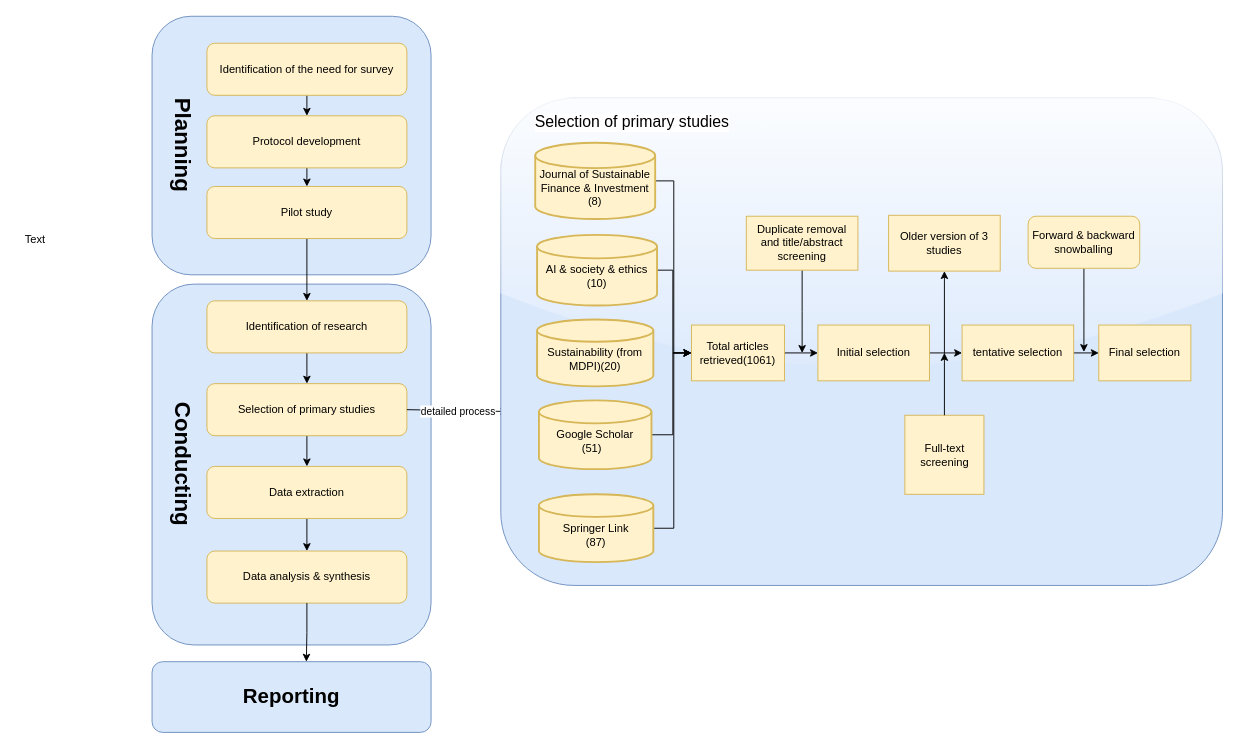
Before: Untitled Diagram.drawio in Micright/Lucas-Li, a draw.io diagram. Source tidied: cells renumbered, new cells numbered last; positions are measured from the earlier drawing's top-left corner, leaving out a move shared by most shapes. Both pictures are drawn from the tidied source at 93%, with x=0, y=0 at pixel (16, 16).
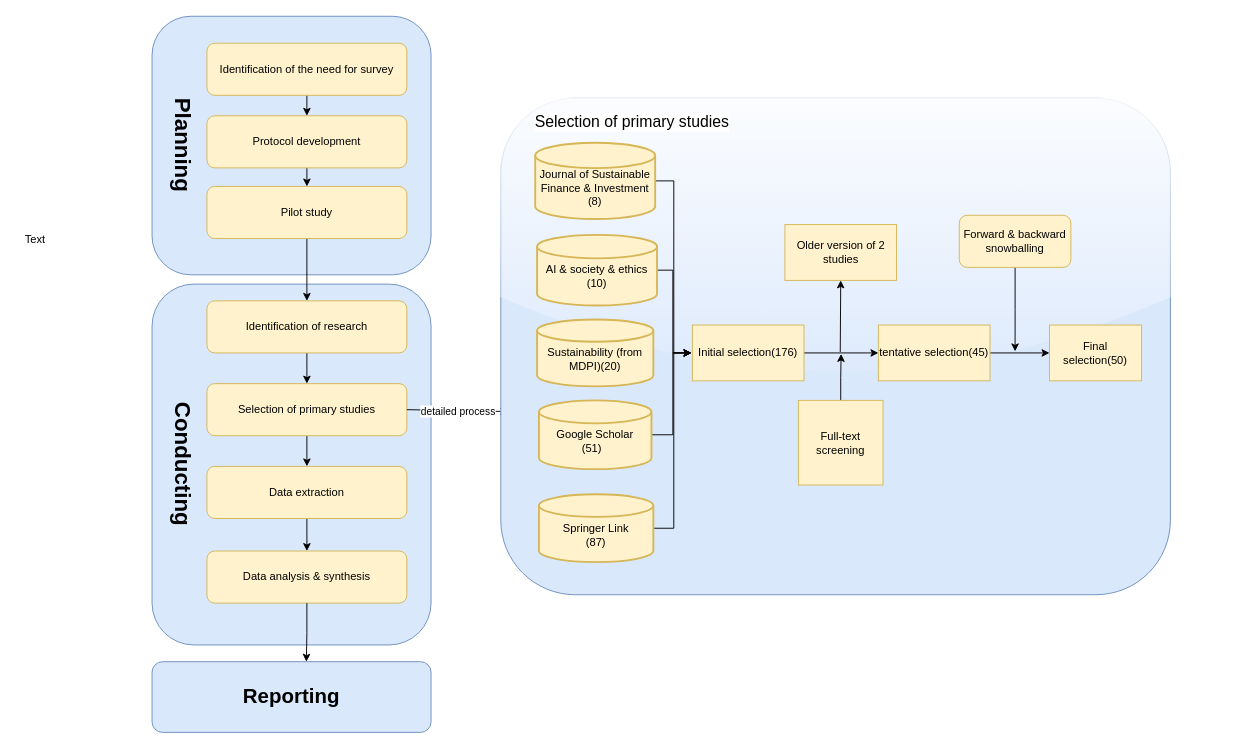
The same diagram, later.

Unchanged cells that the change refers to:
```xml
<mxCell id="23" value="&lt;div&gt;&lt;br&gt;&lt;/div&gt;Google Scholar&lt;br&gt;(51)&amp;nbsp;&amp;nbsp;" style="strokeWidth=2;html=1;shape=mxgraph.flowchart.database;whiteSpace=wrap;fillColor=#fff2cc;strokeColor=#d6b656;" parent="1" vertex="1">
  <mxGeometry x="562" y="413" width="121" height="74" as="geometry" />
</mxCell>
<mxCell id="25" value="&lt;div&gt;&lt;br&gt;&lt;/div&gt;Springer Link&lt;br&gt;(87)" style="strokeWidth=2;html=1;shape=mxgraph.flowchart.database;whiteSpace=wrap;fillColor=#fff2cc;strokeColor=#d6b656;" parent="1" vertex="1">
  <mxGeometry x="562" y="514" width="123" height="73" as="geometry" />
</mxCell>
<mxCell id="27" value="&lt;div&gt;&lt;br&gt;&lt;/div&gt;Journal of Sustainable Finance &amp;amp; Investment&lt;div&gt;(8)&lt;/div&gt;" style="strokeWidth=2;html=1;shape=mxgraph.flowchart.database;whiteSpace=wrap;fillColor=#fff2cc;strokeColor=#d6b656;" parent="1" vertex="1">
  <mxGeometry x="558" y="136" width="129" height="82" as="geometry" />
</mxCell>
<mxCell id="30" value="&lt;div&gt;&lt;br&gt;&lt;/div&gt;AI &amp;amp; society &amp;amp; ethics (10)" style="strokeWidth=2;html=1;shape=mxgraph.flowchart.database;whiteSpace=wrap;fillColor=#fff2cc;strokeColor=#d6b656;" parent="1" vertex="1">
  <mxGeometry x="560" y="235" width="129" height="76" as="geometry" />
</mxCell>
```

The edit, as a diff of the source:
```diff
@@
     <mxCell id="21" value="&lt;span&gt;&lt;font style=&quot;font-size: 17px;&quot;&gt;Selection of primary studies&lt;/font&gt;&lt;/span&gt;" style="rounded=1;whiteSpace=wrap;html=1;align=left;glass=1;verticalAlign=top;spacingLeft=35;spacingTop=10;labelBackgroundColor=default;fillColor=#dae8fc;strokeColor=#6c8ebf;" parent="1" vertex="1">
-      <mxGeometry x="521" y="88" width="776" height="524" as="geometry" />
+      <mxGeometry x="521" y="88" width="720" height="534" as="geometry" />
     </mxCell>
-    <mxCell id="22" style="edgeStyle=orthogonalEdgeStyle;rounded=0;jettySize=auto;html=1;exitX=1;exitY=0.5;exitDx=0;exitDy=0;exitPerimeter=0;entryX=0;entryY=0.5;entryDx=0;entryDy=0;" parent="1" edge="1" source="23" target="34">
+    <mxCell id="22" style="edgeStyle=orthogonalEdgeStyle;rounded=0;jettySize=auto;html=1;exitX=1;exitY=0.5;exitDx=0;exitDy=0;exitPerimeter=0;entryX=0;entryY=0.5;entryDx=0;entryDy=0;" parent="1" edge="1" source="23">
       <mxGeometry relative="1" as="geometry">
+        <mxPoint x="726" y="362" as="targetPoint" />
         <Array as="points">
           <mxPoint x="706" y="450" />
           <mxPoint x="706" y="362" />
         </Array>
       </mxGeometry>
     </mxCell>
@@
-    <mxCell id="24" style="edgeStyle=orthogonalEdgeStyle;rounded=0;jettySize=auto;html=1;exitX=1;exitY=0.5;exitDx=0;exitDy=0;exitPerimeter=0;entryX=0;entryY=0.5;entryDx=0;entryDy=0;" parent="1" edge="1" source="25" target="34">
+    <mxCell id="24" style="edgeStyle=orthogonalEdgeStyle;rounded=0;jettySize=auto;html=1;exitX=1;exitY=0.5;exitDx=0;exitDy=0;exitPerimeter=0;entryX=0;entryY=0.5;entryDx=0;entryDy=0;" parent="1" edge="1" source="25">
       <mxGeometry relative="1" as="geometry">
+        <mxPoint x="726" y="362" as="targetPoint" />
         <Array as="points">
           <mxPoint x="707" y="551" />
           <mxPoint x="707" y="362" />
         </Array>
       </mxGeometry>
     </mxCell>
@@
-    <mxCell id="26" style="edgeStyle=orthogonalEdgeStyle;rounded=0;jettySize=auto;html=1;exitX=1;exitY=0.5;exitDx=0;exitDy=0;exitPerimeter=0;entryX=0;entryY=0.5;entryDx=0;entryDy=0;" parent="1" edge="1" source="27" target="34">
+    <mxCell id="26" style="edgeStyle=orthogonalEdgeStyle;rounded=0;jettySize=auto;html=1;exitX=1;exitY=0.5;exitDx=0;exitDy=0;exitPerimeter=0;entryX=0;entryY=0.5;entryDx=0;entryDy=0;" parent="1" edge="1" source="27">
       <mxGeometry relative="1" as="geometry">
+        <mxPoint x="726" y="362" as="targetPoint" />
         <Array as="points">
           <mxPoint x="707" y="177" />
           <mxPoint x="707" y="362" />
         </Array>
       </mxGeometry>
     </mxCell>
@@
-    <mxCell id="29" style="edgeStyle=orthogonalEdgeStyle;rounded=0;jettySize=auto;html=1;exitX=1;exitY=0.5;exitDx=0;exitDy=0;exitPerimeter=0;entryX=0;entryY=0.5;entryDx=0;entryDy=0;" parent="1" edge="1" source="30" target="34">
+    <mxCell id="29" style="edgeStyle=orthogonalEdgeStyle;rounded=0;jettySize=auto;html=1;exitX=1;exitY=0.5;exitDx=0;exitDy=0;exitPerimeter=0;entryX=0;entryY=0.5;entryDx=0;entryDy=0;" parent="1" edge="1" source="30">
       <mxGeometry relative="1" as="geometry">
+        <mxPoint x="726" y="362" as="targetPoint" />
         <Array as="points">
           <mxPoint x="706" y="273" />
           <mxPoint x="706" y="362" />
         </Array>
       </mxGeometry>
     </mxCell>
@@
-    <mxCell id="33" style="edgeStyle=orthogonalEdgeStyle;rounded=0;jettySize=auto;html=1;exitX=1;exitY=0.5;exitDx=0;exitDy=0;entryX=0;entryY=0.5;entryDx=0;entryDy=0;" parent="1" edge="1" source="34" target="36">
-      <mxGeometry relative="1" as="geometry" />
-    </mxCell>
-    <mxCell id="34" value="Total articles retrieved(1061)" style="rounded=0;whiteSpace=wrap;html=1;fillColor=#fff2cc;strokeColor=#d6b656;" parent="1" vertex="1">
-      <mxGeometry x="726" y="332" width="100" height="60" as="geometry" />
-    </mxCell>
@@
-    <mxCell id="36" value="Initial selection" style="rounded=0;whiteSpace=wrap;html=1;fillColor=#fff2cc;strokeColor=#d6b656;" parent="1" vertex="1">
-      <mxGeometry x="862" y="332" width="120" height="60" as="geometry" />
+    <mxCell id="36" value="Initial selection(176)" style="rounded=0;whiteSpace=wrap;html=1;fillColor=#fff2cc;strokeColor=#d6b656;" parent="1" vertex="1">
+      <mxGeometry x="727" y="332" width="120" height="60" as="geometry" />
     </mxCell>
@@
-    <mxCell id="38" value="tentative selection" style="rounded=0;whiteSpace=wrap;html=1;fillColor=#fff2cc;strokeColor=#d6b656;" parent="1" vertex="1">
-      <mxGeometry x="1017" y="332" width="120" height="60" as="geometry" />
+    <mxCell id="38" value="tentative selection(45)" style="rounded=0;whiteSpace=wrap;html=1;fillColor=#fff2cc;strokeColor=#d6b656;" parent="1" vertex="1">
+      <mxGeometry x="927" y="332" width="120" height="60" as="geometry" />
     </mxCell>
-    <mxCell id="39" value="Final selection" style="rounded=0;whiteSpace=wrap;html=1;fillColor=#fff2cc;strokeColor=#d6b656;" parent="1" vertex="1">
-      <mxGeometry x="1164" y="332" width="99" height="60" as="geometry" />
+    <mxCell id="39" value="Final selection(50)" style="rounded=0;whiteSpace=wrap;html=1;fillColor=#fff2cc;strokeColor=#d6b656;" parent="1" vertex="1">
+      <mxGeometry x="1111" y="332" width="99" height="60" as="geometry" />
     </mxCell>
-    <mxCell id="40" style="edgeStyle=orthogonalEdgeStyle;rounded=0;jettySize=auto;html=1;exitX=0.5;exitY=1;exitDx=0;exitDy=0;" parent="1" edge="1" source="41">
-      <mxGeometry relative="1" as="geometry">
-        <mxPoint x="845" y="362" as="targetPoint" />
-      </mxGeometry>
-    </mxCell>
-    <mxCell id="41" value="Duplicate removal and title/abstract screening" style="rounded=0;whiteSpace=wrap;html=1;fillColor=#fff2cc;strokeColor=#d6b656;" parent="1" vertex="1">
-      <mxGeometry x="785" y="215" width="120" height="58" as="geometry" />
-    </mxCell>
-    <mxCell id="42" value="Older version of 3 studies" style="rounded=0;whiteSpace=wrap;html=1;fillColor=#fff2cc;strokeColor=#d6b656;" parent="1" vertex="1">
-      <mxGeometry x="938" y="214" width="120" height="60" as="geometry" />
+    <mxCell id="42" value="Older version of 2 studies" style="rounded=0;whiteSpace=wrap;html=1;fillColor=#fff2cc;strokeColor=#d6b656;" parent="1" vertex="1">
+      <mxGeometry x="826.5" y="224" width="120" height="60" as="geometry" />
     </mxCell>
+    <mxCell id="48" style="edgeStyle=orthogonalEdgeStyle;rounded=0;jettySize=auto;html=1;exitX=0.5;exitY=0;exitDx=0;exitDy=0;" parent="1" edge="1" source="43">
+      <mxGeometry relative="1" as="geometry">
+        <mxPoint x="886.9" y="363.1" as="targetPoint" />
+      </mxGeometry>
+    </mxCell>
     <mxCell id="43" value="Full-text screening" style="whiteSpace=wrap;html=1;fillColor=#fff2cc;strokeColor=#d6b656;" parent="1" vertex="1">
-      <mxGeometry x="955.5" y="429" width="85" height="85" as="geometry" />
+      <mxGeometry x="841" y="413" width="91" height="91" as="geometry" />
     </mxCell>
-    <mxCell id="44" style="endArrow=classic;html=1;rounded=0;entryX=0.5;entryY=1;entryDx=0;entryDy=0;" parent="1" edge="1" target="42">
-      <mxGeometry relative="1" as="geometry">
-        <mxPoint x="998" y="363" as="sourcePoint" />
-      </mxGeometry>
-    </mxCell>
-    <mxCell id="45" style="endArrow=classic;html=1;rounded=0;exitX=0.5;exitY=0;exitDx=0;exitDy=0;" parent="1" edge="1" source="43">
-      <mxGeometry relative="1" as="geometry">
-        <mxPoint x="998" y="362" as="targetPoint" />
-      </mxGeometry>
-    </mxCell>
-    <mxCell id="46" style="edgeStyle=orthogonalEdgeStyle;rounded=0;jettySize=auto;html=1;exitX=0.5;exitY=1;exitDx=0;exitDy=0;" parent="1" edge="1" source="47">
-      <mxGeometry relative="1" as="geometry">
-        <mxPoint x="1148" y="361" as="targetPoint" />
-      </mxGeometry>
-    </mxCell>
+    <mxCell id="49" style="edgeStyle=orthogonalEdgeStyle;rounded=0;jettySize=auto;html=1;" parent="1" edge="1" source="47">
+      <mxGeometry relative="1" as="geometry">
+        <mxPoint x="1074" y="360.3" as="targetPoint" />
+      </mxGeometry>
+    </mxCell>
     <mxCell id="47" value="Forward &amp;amp; backward snowballing" style="rounded=1;whiteSpace=wrap;html=1;fillColor=#fff2cc;strokeColor=#d6b656;" parent="1" vertex="1">
-      <mxGeometry x="1088" y="215" width="120" height="56" as="geometry" />
+      <mxGeometry x="1014" y="214" width="120" height="56" as="geometry" />
     </mxCell>
+    <mxCell id="50" style="endArrow=classic;html=1;rounded=0;entryX=0.5;entryY=1;entryDx=0;entryDy=0;" parent="1" edge="1" target="42">
+      <mxGeometry relative="1" as="geometry">
+        <mxPoint x="886" y="361" as="sourcePoint" />
+      </mxGeometry>
+    </mxCell>
```
